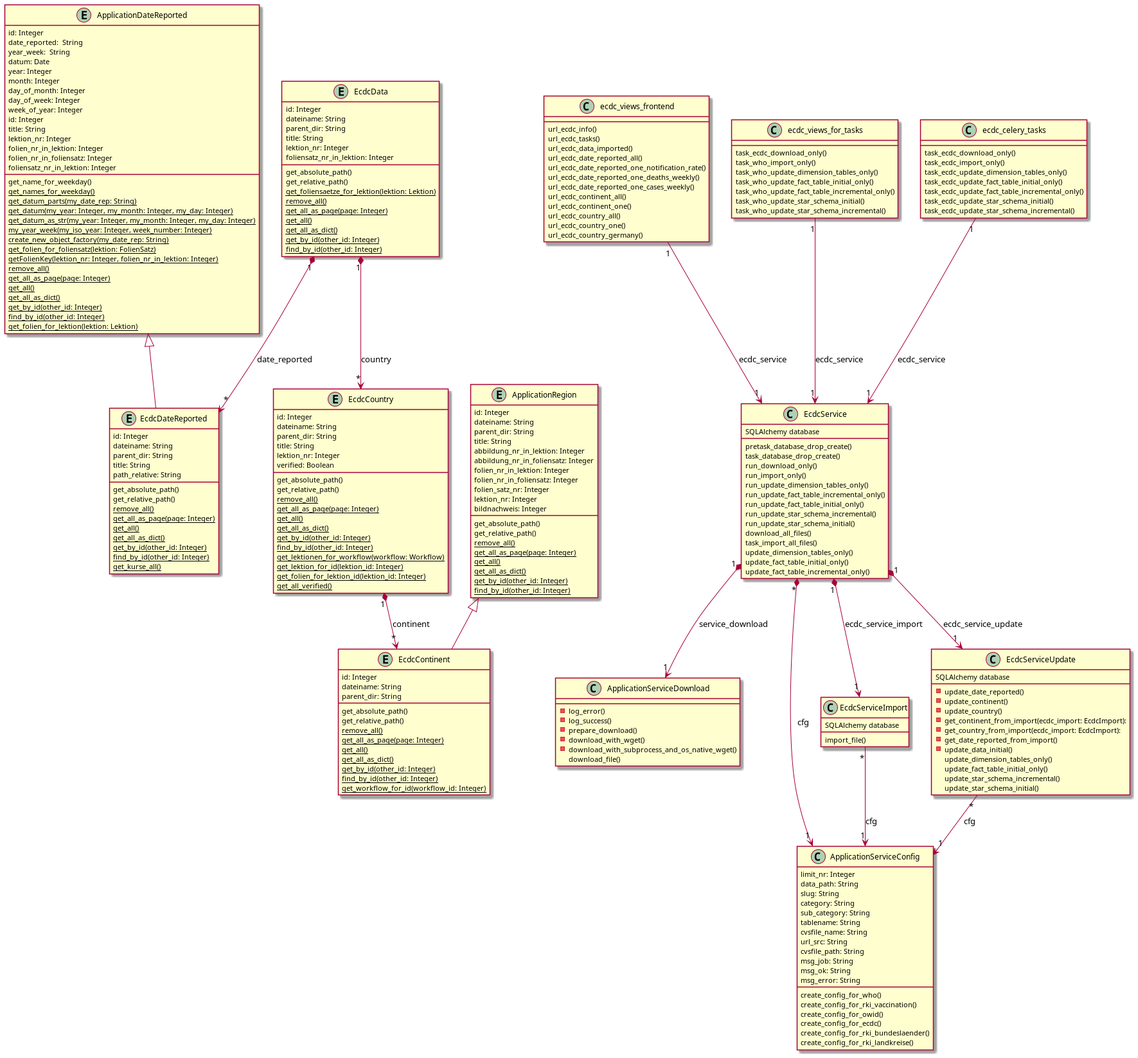
This is docs/uml_blueprints/ecdc/ecdc_domain_model.png from thomaswoehlke/covid19python, a PlantUML export, as it was before one commit.
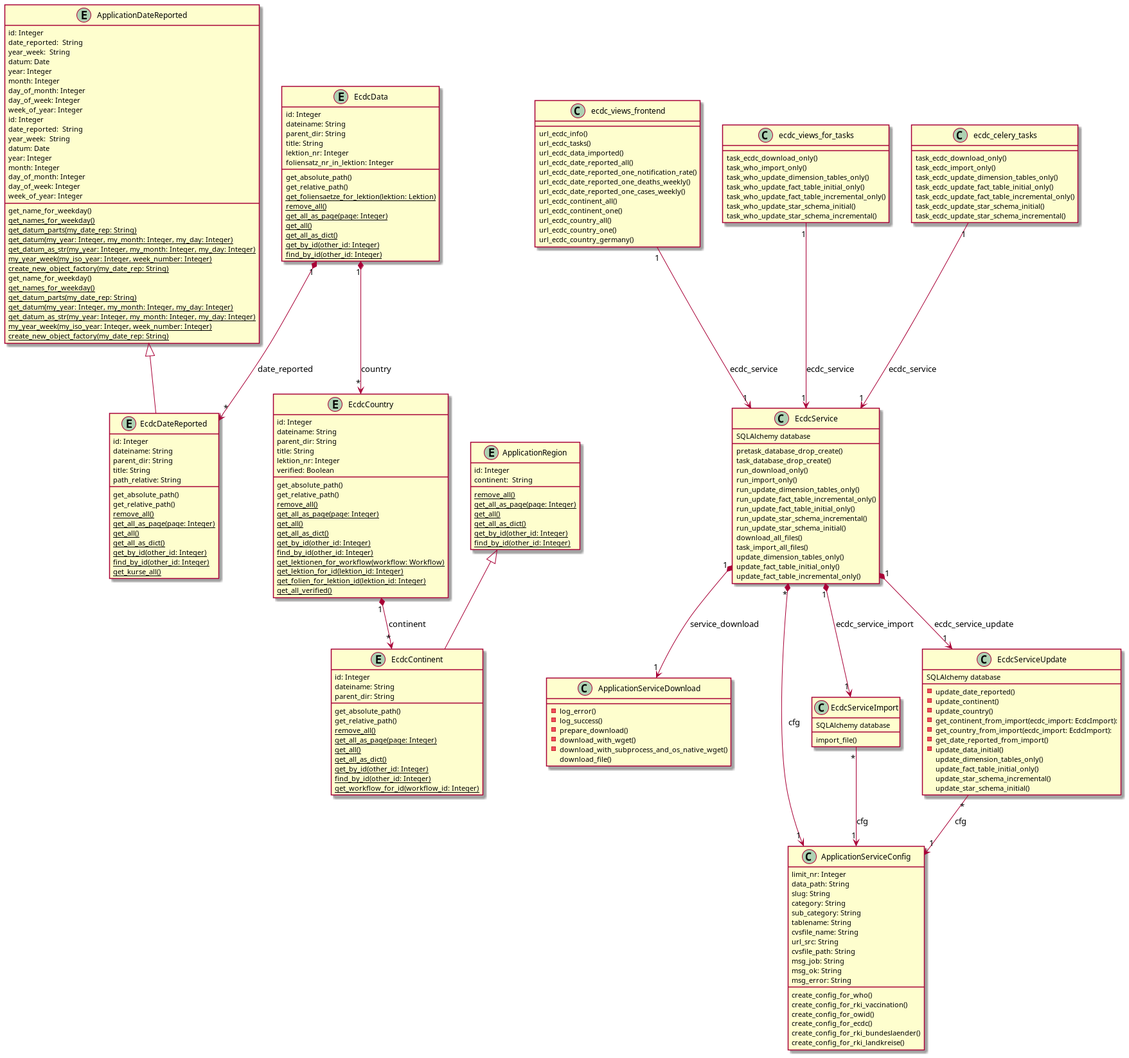
The same file after the commit.

What changed in the source:
```diff
@@ -86,35 +86,25 @@
 }
 entity ApplicationDateReported {
     id: Integer
-    title: String
-    lektion_nr: Integer
-    folien_nr_in_lektion: Integer
-    folien_nr_in_foliensatz: Integer
-    foliensatz_nr_in_lektion: Integer
-    {classifier} get_folien_for_foliensatz(lektion: FolienSatz)
-    {classifier} getFolienKey(lektion_nr: Integer, folien_nr_in_lektion: Integer)
-    {classifier} remove_all()
-    {classifier} get_all_as_page(page: Integer)
-    {classifier} get_all()
-    {classifier} get_all_as_dict()
-    {classifier} get_by_id(other_id: Integer)
-    {classifier} find_by_id(other_id: Integer)
-    {classifier} get_folien_for_lektion(lektion: Lektion)
+	date_reported:  String
+    year_week:  String
+    datum: Date
+    year: Integer
+    month: Integer
+    day_of_month: Integer
+    day_of_week: Integer
+    week_of_year: Integer
+	get_name_for_weekday()
+	{classifier} get_names_for_weekday()
+	{classifier} get_datum_parts(my_date_rep: String)
+	{classifier} get_datum(my_year: Integer, my_month: Integer, my_day: Integer)
+	{classifier} get_datum_as_str(my_year: Integer, my_month: Integer, my_day: Integer)
+	{classifier} my_year_week(my_iso_year: Integer, week_number: Integer)
+	{classifier} create_new_object_factory(my_date_rep: String)
 }
 entity ApplicationRegion {
     id: Integer
-    dateiname: String
-    parent_dir: String
-    title: String
-    abbildung_nr_in_lektion: Integer
-    abbildung_nr_in_foliensatz: Integer
-    folien_nr_in_lektion: Integer
-    folien_nr_in_foliensatz: Integer
-    folien_satz_nr: Integer
-    lektion_nr: Integer
-    bildnachweis: Integer
-    get_absolute_path()
-    get_relative_path()
+    continent:  String
     {classifier} remove_all()
     {classifier} get_all_as_page(page: Integer)
     {classifier} get_all()
```
